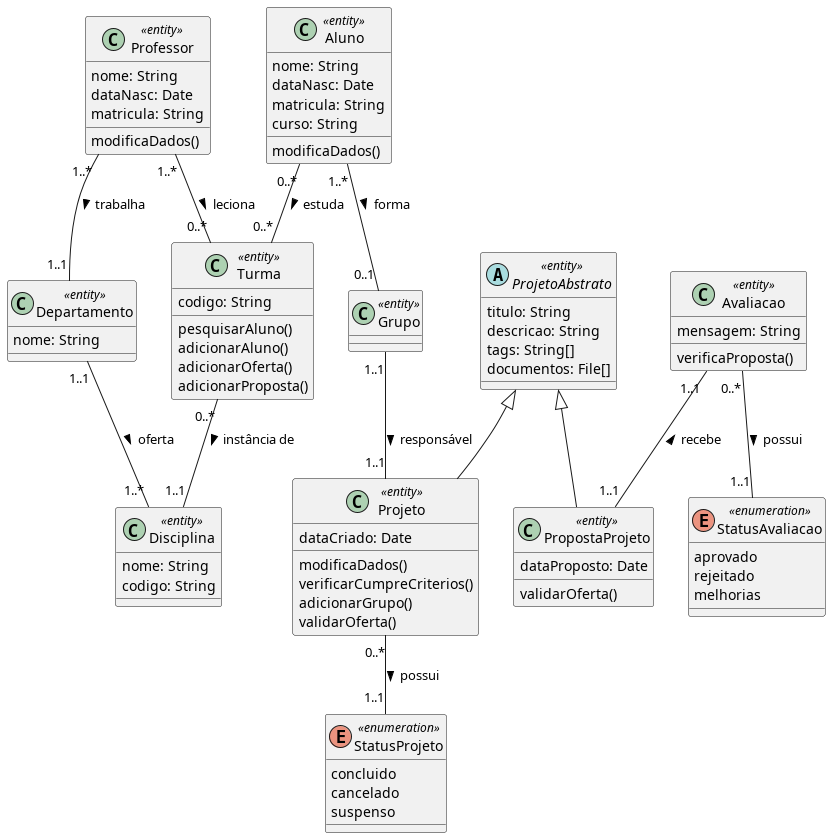
Above: diagramas/classe_projeto/base.png in Pedro-V/projetorium (PlantUML), before the change.
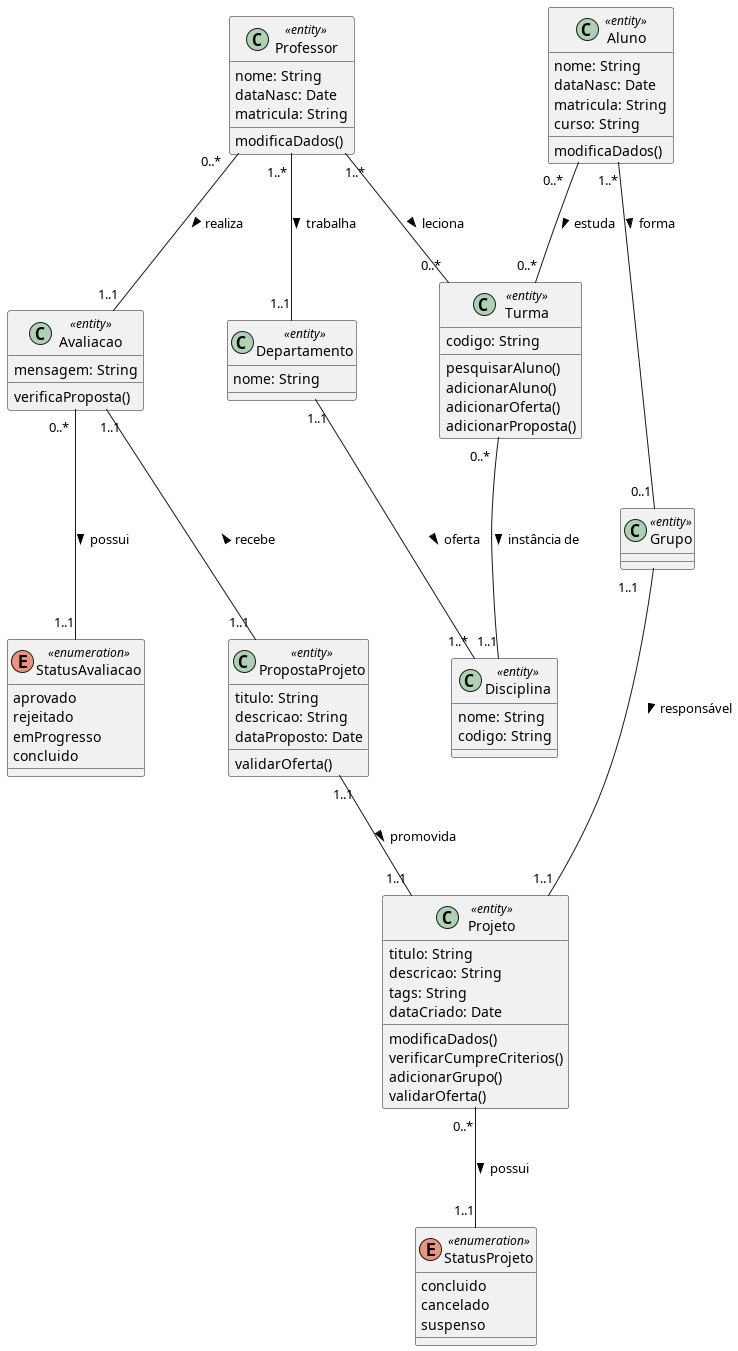
The same file after the commit.

Commit message:
Gerado diagrama

Change to the diagram source:
```diff
@@ -44,21 +44,24 @@
 }
 !endsub
 
-!startsub ProjetoAbstrato
-abstract class ProjetoAbstrato <<entity>> {
+!startsub Projeto
+class Projeto <<entity>> {
   titulo: String
   descricao: String
-  tags: String[]
-  documentos: File[]
-}
-!endsub
-
-!startsub Projeto
-class Projeto <<entity>> {
+  tags: String
   dataCriado: Date
   modificaDados()
   verificarCumpreCriterios()
   adicionarGrupo()
+  validarOferta()
+}
+!endsub
+
+!startsub PropostaProjeto
+class PropostaProjeto <<entity>> {
+  titulo: String
+  descricao: String
+  dataProposto: Date
   validarOferta()
 }
 !endsub
@@ -73,13 +76,6 @@
 }
 !endsub
 
-!startsub PropostaProjeto
-class PropostaProjeto <<entity>> {
-  dataProposto: Date
-  validarOferta()
-}
-!endsub
-
 !startsub Avaliacao
 class Avaliacao <<entity>> {
   mensagem: String
@@ -91,15 +87,15 @@
 enum StatusAvaliacao <<enumeration>> {
   aprovado
   rejeitado
-  melhorias
+  emProgresso
+  concluido
 }
 !endsub
 
-ProjetoAbstrato <|-- Projeto
-ProjetoAbstrato <|-- PropostaProjeto
-
 Avaliacao "0..*" -- "1..1" StatusAvaliacao : possui >
 Avaliacao "1..1" -- "1..1" PropostaProjeto : recebe <
+
+PropostaProjeto "1..1" -- "1..1" Projeto : promovida >
 
 Aluno "1..*" -- "0..1" Grupo : forma >
 Aluno "0..*" -- "0..*" Turma : estuda >
@@ -108,6 +104,7 @@
 
 Professor "1..*" -- "1..1" Departamento : trabalha >
 Professor "1..*" -- "0..*" Turma : leciona >
+Professor "0..*" -- "1..1" Avaliacao : realiza >
 
 Departamento "1..1" -- "1..*" Disciplina : oferta >
 
```
